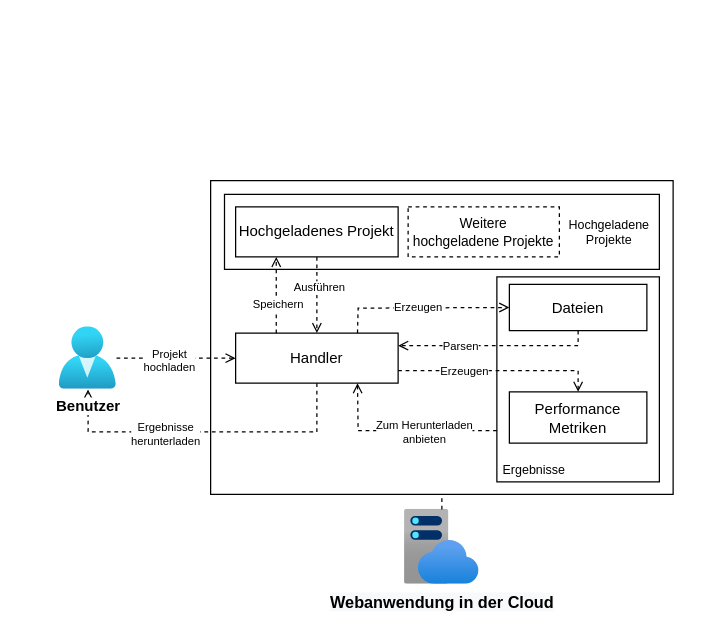
Earlier version of the draw.io diagram drawio/Arc - new.drawio (JadKHaddad/Openfaas-Performance-Testing-as-a-Service). Source tidied: cells renumbered, new cells numbered last; positions are measured from the earlier drawing's top-left corner, leaving out a move shared by most shapes. Both pictures are drawn from the tidied source at 125%, with x=0, y=0 at pixel (59, 180).
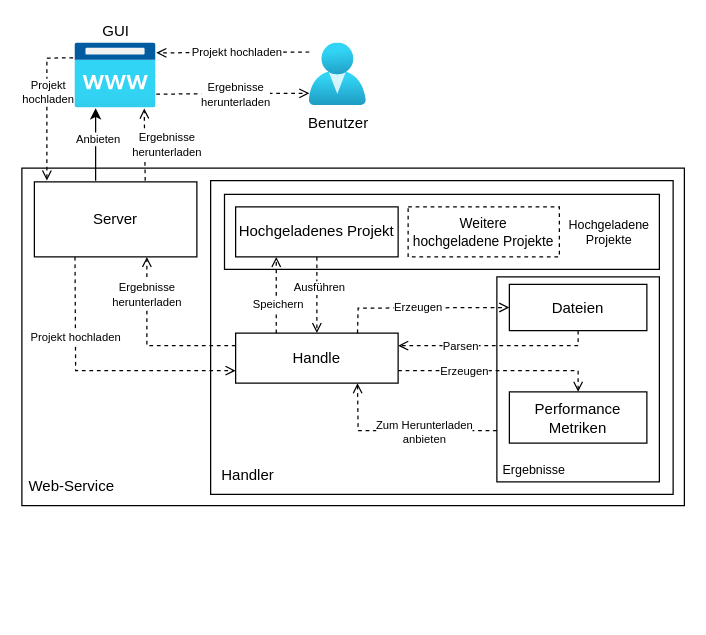
Above is the later version.

The change refers to these unchanged cells:
```xml
<mxCell id="2" style="rounded=0;whiteSpace=wrap;html=1;fillColor=none;" parent="1" vertex="1">
  <mxGeometry x="121" width="370" height="251" as="geometry" />
</mxCell>
```

The edit, as a diff of the source:
```diff
@@
+    <mxCell id="31" style="rounded=0;whiteSpace=wrap;html=1;fillColor=none;" parent="1" vertex="1">
+      <mxGeometry x="-30" y="-10" width="530" height="270" as="geometry" />
+    </mxCell>
@@
-    <mxCell id="3" value="&lt;b style=&quot;font-size: 13px ; background-color: rgb(248 , 249 , 250)&quot;&gt;Webanwendung in der Cloud&lt;/b&gt;" style="html=1;points=[];align=center;image;fontSize=12;image=img/lib/azure2/app_services/App_Service_Plans.svg;fontStyle=1;" parent="1" vertex="1">
-      <mxGeometry x="276" y="263" width="60" height="60" as="geometry" />
-    </mxCell>
-    <mxCell id="4" style="rounded=0;whiteSpace=wrap;html=1;fillColor=none;" parent="1" vertex="1">
+    <mxCell id="4" style="rounded=0;whiteSpace=wrap;html=1;fillColor=default;" parent="1" vertex="1">
       <mxGeometry x="132.1" y="11" width="347.9" height="60" as="geometry" />
     </mxCell>
@@
-    <mxCell id="8" style="endArrow=none;dashed=1;html=1;rounded=0;fontSize=10;entryX=0.5;entryY=1;entryDx=0;entryDy=0;" parent="1" edge="1" source="3" target="2">
-      <mxGeometry relative="1" as="geometry" />
-    </mxCell>
-    <mxCell id="9" value="Handler" style="rounded=0;whiteSpace=wrap;html=1;fillColor=none;" parent="1" vertex="1">
+    <mxCell id="9" value="Handle" style="rounded=0;whiteSpace=wrap;html=1;fillColor=none;" parent="1" vertex="1">
       <mxGeometry x="141" y="122" width="130" height="40" as="geometry" />
     </mxCell>
-    <mxCell id="10" style="endArrow=open;html=1;rounded=0;dashed=1;fontSize=10;endFill=0;" parent="1" edge="1" source="30" target="9">
-      <mxGeometry relative="1" as="geometry" />
-    </mxCell>
-    <mxCell id="11" value="Projekt&lt;br&gt;hochladen" style="edgeLabel;html=1;align=center;verticalAlign=middle;fontSize=9;" parent="10" vertex="1">
-      <mxGeometry x="-0.3" relative="1" as="geometry">
-        <mxPoint x="9" y="1" as="offset" />
-      </mxGeometry>
-    </mxCell>
@@
-    <mxCell id="28" style="endArrow=open;html=1;rounded=0;dashed=1;fontSize=10;endFill=0;exitX=0.5;exitY=1;exitDx=0;exitDy=0;" parent="1" edge="1" source="9" target="30">
-      <mxGeometry relative="1" as="geometry">
-        <Array as="points">
-          <mxPoint x="206" y="201" />
-          <mxPoint x="23" y="201" />
-        </Array>
-      </mxGeometry>
-    </mxCell>
-    <mxCell id="29" value="Ergebnisse&lt;br&gt;herunterladen" style="edgeLabel;html=1;align=center;verticalAlign=middle;fontSize=9;" parent="28" vertex="1">
-      <mxGeometry x="0.27" y="1" relative="1" as="geometry">
-        <mxPoint x="2" as="offset" />
-      </mxGeometry>
-    </mxCell>
+    <mxCell id="32" value="Handler" style="text;html=1;strokeColor=none;fillColor=none;align=center;verticalAlign=middle;whiteSpace=wrap;rounded=0;" parent="1" vertex="1">
+      <mxGeometry x="121" y="221" width="60" height="30" as="geometry" />
+    </mxCell>
+    <mxCell id="33" value="Server" style="rounded=0;whiteSpace=wrap;html=1;strokeColor=#000000;fillColor=none;" parent="1" vertex="1">
+      <mxGeometry x="-20" y="1" width="130" height="60" as="geometry" />
+    </mxCell>
+    <mxCell id="34" value="Web-Service" style="text;html=1;strokeColor=none;fillColor=none;align=center;verticalAlign=middle;whiteSpace=wrap;rounded=0;" parent="1" vertex="1">
+      <mxGeometry x="-30" y="230" width="80" height="30" as="geometry" />
+    </mxCell>
+    <mxCell id="35" style="endArrow=classic;html=1;rounded=0;" parent="1" edge="1">
+      <mxGeometry relative="1" as="geometry">
+        <mxPoint x="29" as="sourcePoint" />
+        <mxPoint x="29" y="-58" as="targetPoint" />
+      </mxGeometry>
+    </mxCell>
+    <mxCell id="36" value="GUI" style="html=1;points=[];align=center;image;fontSize=12;image=img/lib/azure2/app_services/App_Service_Domains.svg;strokeColor=#000000;fillColor=none;labelPosition=center;verticalLabelPosition=top;verticalAlign=bottom;" parent="1" vertex="1">
+      <mxGeometry x="12.5" y="-110" width="65" height="52" as="geometry" />
+    </mxCell>
-    <mxCell id="30" value="Benutzer" style="html=1;points=[];align=center;image;fontSize=12;image=img/lib/azure2/identity/Users.svg;fontStyle=1;labelPosition=center;verticalLabelPosition=bottom;verticalAlign=top;" parent="1" vertex="1">
-      <mxGeometry y="117" width="45.7" height="50" as="geometry" />
+    <mxCell id="30" value="Benutzer" style="html=1;points=[];align=center;image;fontSize=12;image=img/lib/azure2/identity/Users.svg;strokeColor=#000000;fillColor=none;" parent="1" vertex="1">
+      <mxGeometry x="200" y="-110" width="45.7" height="50" as="geometry" />
     </mxCell>
+    <mxCell id="37" style="endArrow=open;html=1;rounded=0;dashed=1;fontSize=10;endFill=0;" parent="1" edge="1">
+      <mxGeometry relative="1" as="geometry">
+        <mxPoint x="200" y="-102.9" as="sourcePoint" />
+        <mxPoint x="77.5" y="-102.2" as="targetPoint" />
+      </mxGeometry>
+    </mxCell>
+    <mxCell id="38" value="Projekt hochladen" style="edgeLabel;html=1;align=center;verticalAlign=middle;fontSize=9;" parent="37" vertex="1">
+      <mxGeometry x="-0.34" y="1" relative="1" as="geometry">
+        <mxPoint x="-19" y="-1" as="offset" />
+      </mxGeometry>
+    </mxCell>
+    <mxCell id="39" style="endArrow=open;html=1;rounded=0;dashed=1;fontSize=10;endFill=0;exitX=0.25;exitY=1;exitDx=0;exitDy=0;entryX=0;entryY=0.75;entryDx=0;entryDy=0;" parent="1" edge="1" source="33" target="9">
+      <mxGeometry relative="1" as="geometry">
+        <Array as="points">
+          <mxPoint x="13" y="152" />
+        </Array>
+      </mxGeometry>
+    </mxCell>
+    <mxCell id="40" value="Projekt hochladen" style="edgeLabel;html=1;align=center;verticalAlign=middle;fontSize=9;" parent="39" vertex="1">
+      <mxGeometry x="-0.34" y="1" relative="1" as="geometry">
+        <mxPoint x="-1" y="-7" as="offset" />
+      </mxGeometry>
+    </mxCell>
+    <mxCell id="41" style="endArrow=open;html=1;rounded=0;dashed=1;fontSize=10;endFill=0;exitX=-0.023;exitY=0.226;exitDx=0;exitDy=0;exitPerimeter=0;" parent="1" edge="1" source="36">
+      <mxGeometry relative="1" as="geometry">
+        <mxPoint x="-10" as="targetPoint" />
+        <Array as="points">
+          <mxPoint x="-10" y="-98" />
+        </Array>
+      </mxGeometry>
+    </mxCell>
+    <mxCell id="11" value="Projekt&lt;br&gt;hochladen" style="edgeLabel;html=1;align=center;verticalAlign=middle;fontSize=9;" parent="41" vertex="1">
+      <mxGeometry x="-0.34" y="1" relative="1" as="geometry">
+        <mxPoint x="-1" y="9" as="offset" />
+      </mxGeometry>
+    </mxCell>
+    <mxCell id="42" style="endArrow=open;html=1;rounded=0;dashed=1;fontSize=10;endFill=0;entryX=0.25;entryY=1;entryDx=0;entryDy=0;exitX=0;exitY=0.25;exitDx=0;exitDy=0;" parent="1" edge="1" source="9">
+      <mxGeometry relative="1" as="geometry">
+        <mxPoint x="70" y="61" as="targetPoint" />
+        <Array as="points">
+          <mxPoint x="70" y="132" />
+        </Array>
+      </mxGeometry>
+    </mxCell>
+    <mxCell id="43" value="&lt;font style=&quot;font-size: 9px&quot;&gt;Ergebnisse&lt;br&gt;herunterladen&lt;/font&gt;" style="edgeLabel;html=1;align=center;verticalAlign=middle;fontSize=10;" parent="42" vertex="1">
+      <mxGeometry x="-0.19" y="-1" relative="1" as="geometry">
+        <mxPoint x="-14" y="-41" as="offset" />
+      </mxGeometry>
+    </mxCell>
+    <mxCell id="44" style="endArrow=open;html=1;rounded=0;dashed=1;fontSize=10;endFill=0;" parent="1" edge="1">
+      <mxGeometry relative="1" as="geometry">
+        <mxPoint x="77.5" y="-69.2" as="sourcePoint" />
+        <mxPoint x="200" y="-69.9" as="targetPoint" />
+      </mxGeometry>
+    </mxCell>
+    <mxCell id="45" style="endArrow=open;html=1;rounded=0;dashed=1;fontSize=10;endFill=0;entryX=0.852;entryY=1.005;entryDx=0;entryDy=0;entryPerimeter=0;exitX=0.682;exitY=-0.016;exitDx=0;exitDy=0;exitPerimeter=0;" parent="1" edge="1" source="33" target="36">
+      <mxGeometry relative="1" as="geometry" />
+    </mxCell>
+    <mxCell id="46" value="&lt;font style=&quot;font-size: 9px&quot;&gt;Ergebnisse&lt;br&gt;herunterladen&lt;/font&gt;" style="edgeLabel;html=1;align=center;verticalAlign=middle;fontSize=10;" parent="1" vertex="1">
+      <mxGeometry x="85" y="-30" as="geometry" />
+    </mxCell>
+    <mxCell id="47" value="&lt;font style=&quot;font-size: 9px&quot;&gt;Ergebnisse&lt;br&gt;herunterladen&lt;/font&gt;" style="edgeLabel;html=1;align=center;verticalAlign=middle;fontSize=10;" parent="1" vertex="1">
+      <mxGeometry x="140" y="-70" as="geometry" />
+    </mxCell>
+    <mxCell id="48" value="Anbieten" style="edgeLabel;html=1;align=center;verticalAlign=middle;fontSize=9;" parent="1" vertex="1">
+      <mxGeometry x="30" y="-30" as="geometry">
+        <mxPoint y="-4" as="offset" />
+      </mxGeometry>
+    </mxCell>
```
